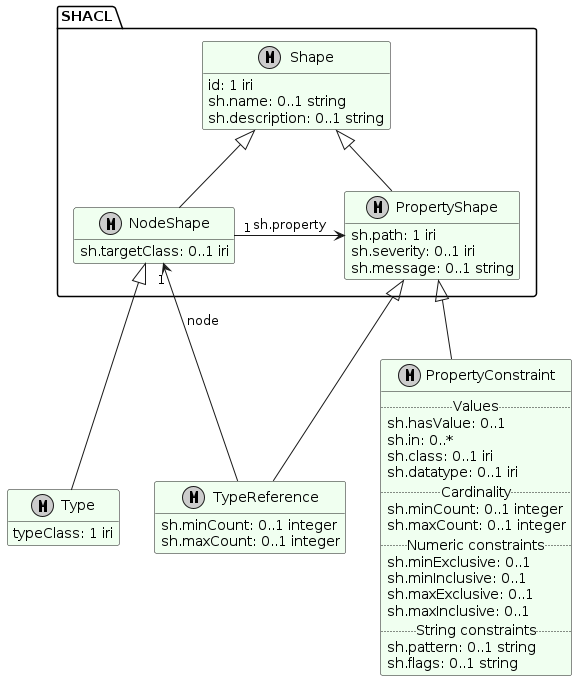
Earlier version of the PlantUML export out/img/imf-patterns-types.png (imf-lab/imf-ontology-semweb).
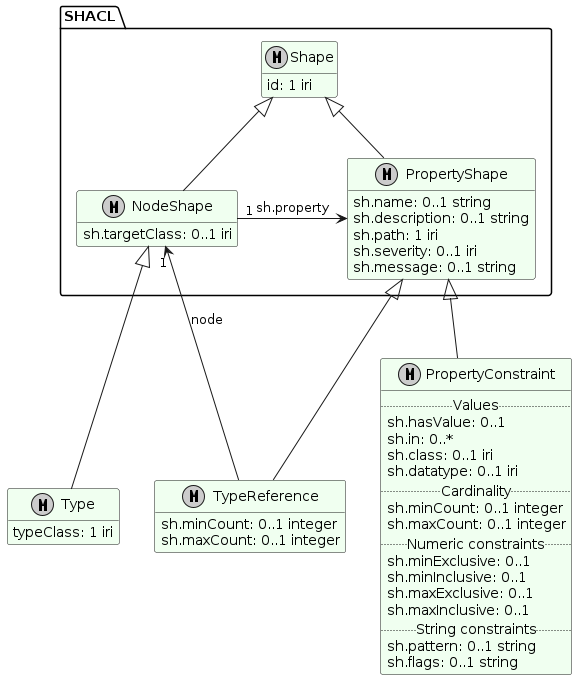
Later version of the same file.

Change to the diagram source:
```diff
@@ -11,8 +11,6 @@
 
 metaclass SHACL.Shape {
   id: 1 iri
-  sh.name: 0..1 string
-  sh.description: 0..1 string
 }
 
 metaclass SHACL.NodeShape {
@@ -20,6 +18,8 @@
 }
 
 metaclass SHACL.PropertyShape {
+  sh.name: 0..1 string
+  sh.description: 0..1 string
   sh.path: 1 iri
   sh.severity: 0..1 iri
   sh.message: 0..1 string
```
